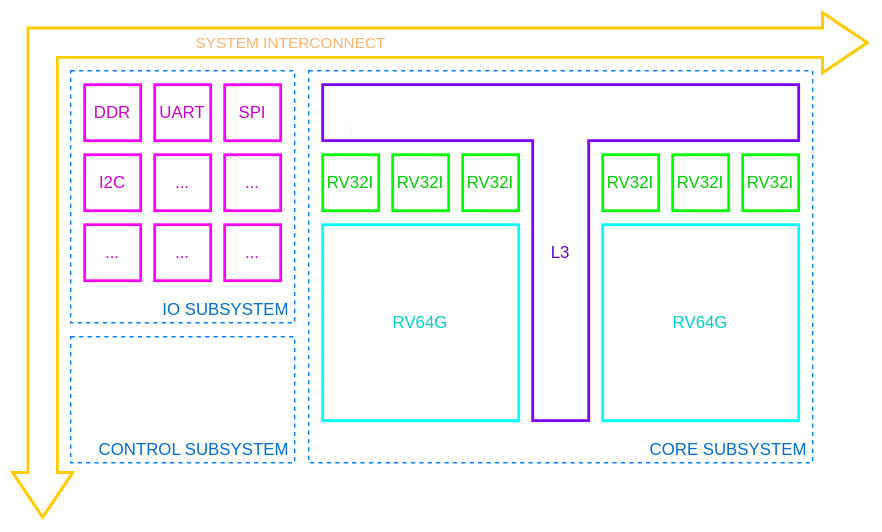
Earlier version of the draw.io export docs/diagrams/arch.svg (squared-studio/mango). Source tidied: cells renumbered, new cells last; positions are measured from the earlier drawing's top-left corner, leaving out a move shared by most shapes.
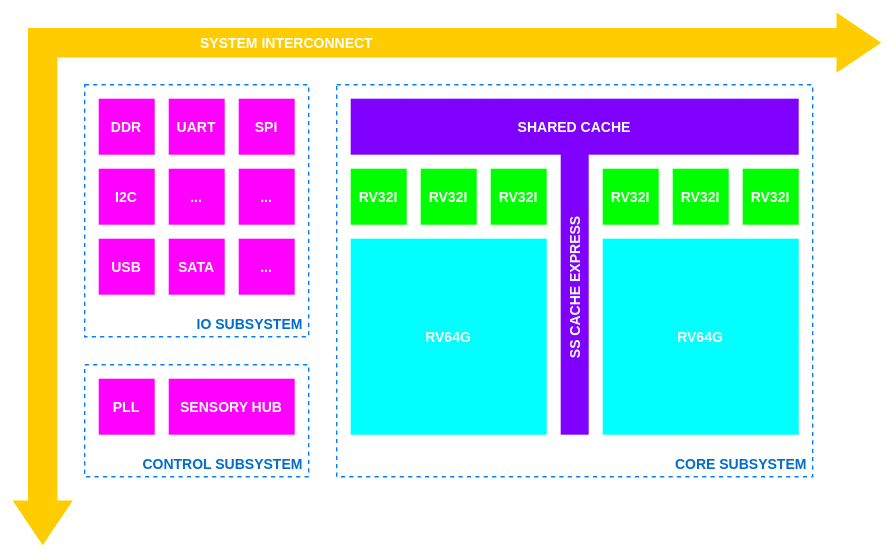
Above is the later version.

Diff of the diagram source:
```diff
@@ -2,111 +2,104 @@
   <root>
     <mxCell id="0" />
     <mxCell id="1" parent="0" />
-    <mxCell id="2" style="rounded=0;whiteSpace=wrap;html=1;strokeColor=none;" parent="1" vertex="1">
-      <mxGeometry width="630" height="380" as="geometry" />
+    <mxCell id="2" style="rounded=0;whiteSpace=wrap;html=1;strokeColor=none;fontSize=10;fontStyle=1;" parent="1" vertex="1">
+      <mxGeometry width="640" height="400" as="geometry" />
     </mxCell>
+    <mxCell id="4" style="rounded=0;whiteSpace=wrap;html=1;strokeColor=#0080FF;dashed=1;fillColor=none;fontSize=10;fontStyle=1;" parent="1" vertex="1">
+      <mxGeometry x="240" y="60" width="340" height="280" as="geometry" />
+    </mxCell>
-    <mxCell id="3" value="L3" style="rounded=0;whiteSpace=wrap;html=1;fillColor=none;strokeColor=none;fontColor=#6600CC;" parent="1" vertex="1">
-      <mxGeometry x="230" y="60" width="340" height="240" as="geometry" />
+    <mxCell id="3" value="SS CACHE EXPRESS" style="rounded=0;whiteSpace=wrap;html=1;fillColor=#7f00ff;strokeColor=none;fontColor=#FFFFFF;horizontal=0;fontSize=10;fontStyle=1;" parent="1" vertex="1">
+      <mxGeometry x="400" y="100" width="20" height="210" as="geometry" />
     </mxCell>
-    <mxCell id="4" style="rounded=0;whiteSpace=wrap;html=1;strokeColor=#0080FF;dashed=1;fillColor=none;" parent="1" vertex="1">
-      <mxGeometry x="220" y="50" width="360" height="280" as="geometry" />
-    </mxCell>
-    <mxCell id="5" value="SYSTEM INTERCONNECT" style="shape=flexArrow;endArrow=classic;startArrow=classic;html=1;rounded=0;width=20;startSize=10;startWidth=20;endSize=10;endWidth=20;fillColor=default;fontColor=#FFB570;strokeColor=#FFCC00;strokeWidth=2;" parent="1" edge="1">
+    <mxCell id="5" value="SYSTEM INTERCONNECT" style="shape=flexArrow;endArrow=classic;startArrow=classic;html=1;rounded=0;width=20;startSize=10;startWidth=20;endSize=10;endWidth=20;fillColor=#FFCC00;fontColor=#FFFFFF;strokeColor=none;strokeWidth=2;fontSize=10;fontStyle=1;labelBackgroundColor=none;" parent="1" edge="1">
       <mxGeometry x="0.11" relative="1" as="geometry">
-        <mxPoint x="30" y="370" as="sourcePoint" />
-        <mxPoint x="620" y="30" as="targetPoint" />
+        <mxPoint x="30" y="390" as="sourcePoint" />
+        <mxPoint x="630" y="30" as="targetPoint" />
         <Array as="points">
           <mxPoint x="30" y="30" />
         </Array>
       </mxGeometry>
     </mxCell>
-    <mxCell id="6" value="RV32I" style="whiteSpace=wrap;html=1;strokeColor=#00FF00;fontColor=#00CC00;strokeWidth=2;" parent="1" vertex="1">
-      <mxGeometry x="530" y="110" width="40" height="40" as="geometry" />
+    <mxCell id="6" value="RV32I" style="whiteSpace=wrap;html=1;strokeColor=none;fontColor=#FFFFFF;strokeWidth=2;fillColor=#00FF00;fontSize=10;fontStyle=1;" parent="1" vertex="1">
+      <mxGeometry x="530" y="120" width="40" height="40" as="geometry" />
     </mxCell>
-    <mxCell id="7" value="RV64G" style="whiteSpace=wrap;html=1;strokeColor=#00FFFF;fontColor=#00CCCC;strokeWidth=2;" parent="1" vertex="1">
-      <mxGeometry x="430" y="160" width="140" height="140" as="geometry" />
+    <mxCell id="7" value="RV64G" style="whiteSpace=wrap;html=1;strokeColor=none;fontColor=#ffffff;strokeWidth=2;fontSize=10;fontStyle=1;fillColor=#00FFFF;" parent="1" vertex="1">
+      <mxGeometry x="430" y="170" width="140" height="140" as="geometry" />
     </mxCell>
-    <mxCell id="8" value="RV64G" style="whiteSpace=wrap;html=1;strokeColor=#00FFFF;fontColor=#00CCCC;strokeWidth=2;" parent="1" vertex="1">
-      <mxGeometry x="230" y="160" width="140" height="140" as="geometry" />
+    <mxCell id="8" value="RV64G" style="whiteSpace=wrap;html=1;strokeColor=none;fontColor=#ffffff;strokeWidth=2;fontSize=10;fontStyle=1;fillColor=#00FFFF;" parent="1" vertex="1">
+      <mxGeometry x="250" y="170" width="140" height="140" as="geometry" />
     </mxCell>
-    <mxCell id="9" value="RV32I" style="whiteSpace=wrap;html=1;strokeColor=#00FF00;fontColor=#00CC00;strokeWidth=2;" parent="1" vertex="1">
-      <mxGeometry x="480" y="110" width="40" height="40" as="geometry" />
+    <mxCell id="9" value="RV32I" style="whiteSpace=wrap;html=1;strokeColor=none;fontColor=#FFFFFF;strokeWidth=2;fillColor=#00FF00;fontSize=10;fontStyle=1;" parent="1" vertex="1">
+      <mxGeometry x="480" y="120" width="40" height="40" as="geometry" />
     </mxCell>
-    <mxCell id="10" value="RV32I" style="whiteSpace=wrap;html=1;strokeColor=#00FF00;fontColor=#00CC00;strokeWidth=2;" parent="1" vertex="1">
-      <mxGeometry x="430" y="110" width="40" height="40" as="geometry" />
+    <mxCell id="10" value="RV32I" style="whiteSpace=wrap;html=1;strokeColor=none;fontColor=#FFFFFF;strokeWidth=2;fillColor=#00FF00;fontSize=10;fontStyle=1;" parent="1" vertex="1">
+      <mxGeometry x="430" y="120" width="40" height="40" as="geometry" />
     </mxCell>
-    <mxCell id="11" value="RV32I" style="whiteSpace=wrap;html=1;strokeColor=#00FF00;fontColor=#00CC00;strokeWidth=2;" parent="1" vertex="1">
-      <mxGeometry x="330" y="110" width="40" height="40" as="geometry" />
+    <mxCell id="11" value="RV32I" style="whiteSpace=wrap;html=1;strokeColor=none;fontColor=#FFFFFF;strokeWidth=2;fillColor=#00FF00;fontSize=10;fontStyle=1;" parent="1" vertex="1">
+      <mxGeometry x="350" y="120" width="40" height="40" as="geometry" />
     </mxCell>
-    <mxCell id="12" value="RV32I" style="whiteSpace=wrap;html=1;strokeColor=#00FF00;fontColor=#00CC00;strokeWidth=2;" parent="1" vertex="1">
-      <mxGeometry x="280" y="110" width="40" height="40" as="geometry" />
+    <mxCell id="12" value="RV32I" style="whiteSpace=wrap;html=1;strokeColor=none;fontColor=#FFFFFF;strokeWidth=2;fillColor=#00FF00;fontSize=10;fontStyle=1;" parent="1" vertex="1">
+      <mxGeometry x="300" y="120" width="40" height="40" as="geometry" />
     </mxCell>
-    <mxCell id="13" value="RV32I" style="whiteSpace=wrap;html=1;strokeColor=#00FF00;fontColor=#00CC00;strokeWidth=2;" parent="1" vertex="1">
-      <mxGeometry x="230" y="110" width="40" height="40" as="geometry" />
+    <mxCell id="13" value="RV32I" style="whiteSpace=wrap;html=1;strokeColor=none;fontColor=#FFFFFF;strokeWidth=2;fillColor=#00FF00;fontSize=10;fontStyle=1;" parent="1" vertex="1">
+      <mxGeometry x="250" y="120" width="40" height="40" as="geometry" />
     </mxCell>
-    <mxCell id="14" style="endArrow=none;html=1;rounded=0;strokeColor=#FF8000;strokeWidth=0;" parent="1" edge="1">
+    <mxCell id="14" style="endArrow=none;html=1;rounded=0;strokeColor=#FF8000;strokeWidth=0;fontSize=10;fontStyle=1;" parent="1" edge="1">
       <mxGeometry relative="1" as="geometry">
-        <mxPoint x="250" y="100" as="sourcePoint" />
-        <mxPoint x="250" y="90" as="targetPoint" />
+        <mxPoint x="270" y="110" as="sourcePoint" />
+        <mxPoint x="270" y="100" as="targetPoint" />
       </mxGeometry>
     </mxCell>
-    <mxCell id="15" value="CORE SUBSYSTEM" style="text;html=1;align=right;verticalAlign=bottom;strokeColor=none;fillColor=none;spacing=0;spacingBottom=2;spacingRight=5;fontColor=#006ccc;" parent="1" vertex="1">
-      <mxGeometry x="450" y="310" width="130" height="20" as="geometry" />
+    <mxCell id="15" value="CORE SUBSYSTEM" style="text;html=1;align=right;verticalAlign=bottom;strokeColor=none;fillColor=none;spacing=0;spacingBottom=2;spacingRight=5;fontColor=#006ccc;fontSize=10;fontStyle=1;" parent="1" vertex="1">
+      <mxGeometry x="460" y="320" width="120" height="20" as="geometry" />
     </mxCell>
-    <mxCell id="16" style="endArrow=none;html=1;rounded=0;entryX=0.5;entryY=1;entryDx=0;entryDy=0;strokeColor=#7F00FF;strokeWidth=2;exitX=0.5;exitY=1;exitDx=0;exitDy=0;" parent="1" edge="1">
-      <mxGeometry relative="1" as="geometry">
-        <mxPoint x="395" y="60" as="sourcePoint" />
-        <mxPoint x="395" y="60" as="targetPoint" />
-        <Array as="points">
-          <mxPoint x="230" y="60" />
-          <mxPoint x="230" y="100" />
-          <mxPoint x="380" y="100" />
-          <mxPoint x="380" y="300" />
-          <mxPoint x="420" y="300" />
-          <mxPoint x="420" y="100" />
-          <mxPoint x="570" y="100" />
-          <mxPoint x="570" y="60" />
-        </Array>
-      </mxGeometry>
-    </mxCell>
-    <mxCell id="17" style="rounded=0;whiteSpace=wrap;html=1;strokeColor=#0080FF;dashed=1;fillColor=none;" parent="1" vertex="1">
-      <mxGeometry x="50" y="50" width="160" height="180" as="geometry" />
+    <mxCell id="17" style="rounded=0;whiteSpace=wrap;html=1;strokeColor=#0080FF;dashed=1;fillColor=none;fontSize=10;fontStyle=1;" parent="1" vertex="1">
+      <mxGeometry x="60" y="60" width="160" height="180" as="geometry" />
     </mxCell>
-    <mxCell id="18" value="IO SUBSYSTEM" style="text;html=1;align=right;verticalAlign=bottom;strokeColor=none;fillColor=none;spacing=0;spacingBottom=2;spacingRight=5;fontColor=#006ccc;" parent="1" vertex="1">
-      <mxGeometry x="100" y="210" width="110" height="20" as="geometry" />
+    <mxCell id="18" value="IO SUBSYSTEM" style="text;html=1;align=right;verticalAlign=bottom;strokeColor=none;fillColor=none;spacing=0;spacingBottom=2;spacingRight=5;fontColor=#006ccc;fontSize=10;fontStyle=1;" parent="1" vertex="1">
+      <mxGeometry x="120" y="220" width="100" height="20" as="geometry" />
     </mxCell>
-    <mxCell id="19" style="rounded=0;whiteSpace=wrap;html=1;strokeColor=#0080FF;dashed=1;fillColor=none;" parent="1" vertex="1">
-      <mxGeometry x="50" y="240" width="160" height="90" as="geometry" />
+    <mxCell id="19" style="rounded=0;whiteSpace=wrap;html=1;strokeColor=#0080FF;dashed=1;fillColor=none;fontSize=10;fontStyle=1;" parent="1" vertex="1">
+      <mxGeometry x="60" y="260" width="160" height="80" as="geometry" />
     </mxCell>
-    <mxCell id="20" value="CONTROL SUBSYSTEM" style="text;html=1;align=right;verticalAlign=bottom;strokeColor=none;fillColor=none;spacing=0;spacingBottom=2;spacingRight=5;fontColor=#006ccc;" parent="1" vertex="1">
-      <mxGeometry x="50" y="310" width="160" height="20" as="geometry" />
+    <mxCell id="20" value="CONTROL SUBSYSTEM" style="text;html=1;align=right;verticalAlign=bottom;strokeColor=none;fillColor=none;spacing=0;spacingBottom=2;spacingRight=5;fontColor=#006ccc;fontSize=10;fontStyle=1;" parent="1" vertex="1">
+      <mxGeometry x="80" y="320" width="140" height="20" as="geometry" />
     </mxCell>
-    <mxCell id="21" value="DDR" style="whiteSpace=wrap;html=1;strokeColor=#FF00FF;fontColor=#CC00CC;strokeWidth=2;" parent="1" vertex="1">
-      <mxGeometry x="60" y="60" width="40" height="40" as="geometry" />
+    <mxCell id="21" value="DDR" style="whiteSpace=wrap;html=1;strokeColor=none;fontColor=#FFFFFF;strokeWidth=2;fontSize=10;fontStyle=1;fillColor=#FF00FF;rounded=0;" parent="1" vertex="1">
+      <mxGeometry x="70" y="70" width="40" height="40" as="geometry" />
     </mxCell>
-    <mxCell id="22" value="UART" style="whiteSpace=wrap;html=1;strokeColor=#FF00FF;fontColor=#CC00CC;strokeWidth=2;" parent="1" vertex="1">
-      <mxGeometry x="110" y="60" width="40" height="40" as="geometry" />
+    <mxCell id="22" value="UART" style="whiteSpace=wrap;html=1;strokeColor=none;fontColor=#FFFFFF;strokeWidth=2;fontSize=10;fontStyle=1;fillColor=#FF00FF;rounded=0;" parent="1" vertex="1">
+      <mxGeometry x="120" y="70" width="40" height="40" as="geometry" />
     </mxCell>
-    <mxCell id="23" value="SPI" style="whiteSpace=wrap;html=1;strokeColor=#FF00FF;fontColor=#CC00CC;strokeWidth=2;" parent="1" vertex="1">
-      <mxGeometry x="160" y="60" width="40" height="40" as="geometry" />
+    <mxCell id="23" value="SPI" style="whiteSpace=wrap;html=1;strokeColor=none;fontColor=#FFFFFF;strokeWidth=2;fontSize=10;fontStyle=1;fillColor=#FF00FF;rounded=0;" parent="1" vertex="1">
+      <mxGeometry x="170" y="70" width="40" height="40" as="geometry" />
     </mxCell>
-    <mxCell id="24" value="I2C" style="whiteSpace=wrap;html=1;strokeColor=#FF00FF;fontColor=#CC00CC;strokeWidth=2;" parent="1" vertex="1">
-      <mxGeometry x="60" y="110" width="40" height="40" as="geometry" />
+    <mxCell id="24" value="I2C" style="whiteSpace=wrap;html=1;strokeColor=none;fontColor=#FFFFFF;strokeWidth=2;fontSize=10;fontStyle=1;fillColor=#FF00FF;rounded=0;" parent="1" vertex="1">
+      <mxGeometry x="70" y="120" width="40" height="40" as="geometry" />
     </mxCell>
-    <mxCell id="25" value="..." style="whiteSpace=wrap;html=1;strokeColor=#FF00FF;fontColor=#CC00CC;strokeWidth=2;" parent="1" vertex="1">
-      <mxGeometry x="110" y="110" width="40" height="40" as="geometry" />
+    <mxCell id="25" value="..." style="whiteSpace=wrap;html=1;strokeColor=none;fontColor=#FFFFFF;strokeWidth=2;fontSize=10;fontStyle=1;fillColor=#FF00FF;rounded=0;" parent="1" vertex="1">
+      <mxGeometry x="120" y="120" width="40" height="40" as="geometry" />
     </mxCell>
-    <mxCell id="26" value="..." style="whiteSpace=wrap;html=1;strokeColor=#FF00FF;fontColor=#CC00CC;strokeWidth=2;" parent="1" vertex="1">
-      <mxGeometry x="160" y="110" width="40" height="40" as="geometry" />
+    <mxCell id="26" value="..." style="whiteSpace=wrap;html=1;strokeColor=none;fontColor=#FFFFFF;strokeWidth=2;fontSize=10;fontStyle=1;fillColor=#FF00FF;rounded=0;" parent="1" vertex="1">
+      <mxGeometry x="170" y="120" width="40" height="40" as="geometry" />
     </mxCell>
-    <mxCell id="27" value="..." style="whiteSpace=wrap;html=1;strokeColor=#FF00FF;fontColor=#CC00CC;strokeWidth=2;" parent="1" vertex="1">
-      <mxGeometry x="110" y="160" width="40" height="40" as="geometry" />
+    <mxCell id="27" value="SATA" style="whiteSpace=wrap;html=1;strokeColor=none;fontColor=#FFFFFF;strokeWidth=2;fontSize=10;fontStyle=1;fillColor=#FF00FF;rounded=0;" parent="1" vertex="1">
+      <mxGeometry x="120" y="170" width="40" height="40" as="geometry" />
     </mxCell>
-    <mxCell id="28" value="..." style="whiteSpace=wrap;html=1;strokeColor=#FF00FF;fontColor=#CC00CC;strokeWidth=2;" parent="1" vertex="1">
-      <mxGeometry x="160" y="160" width="40" height="40" as="geometry" />
+    <mxCell id="28" value="..." style="whiteSpace=wrap;html=1;strokeColor=none;fontColor=#FFFFFF;strokeWidth=2;fontSize=10;fontStyle=1;fillColor=#FF00FF;rounded=0;" parent="1" vertex="1">
+      <mxGeometry x="170" y="170" width="40" height="40" as="geometry" />
     </mxCell>
-    <mxCell id="29" value="..." style="whiteSpace=wrap;html=1;strokeColor=#FF00FF;fontColor=#CC00CC;strokeWidth=2;" parent="1" vertex="1">
-      <mxGeometry x="60" y="160" width="40" height="40" as="geometry" />
+    <mxCell id="29" value="USB" style="whiteSpace=wrap;html=1;strokeColor=none;fontColor=#FFFFFF;strokeWidth=2;fontSize=10;fontStyle=1;fillColor=#FF00FF;rounded=0;" parent="1" vertex="1">
+      <mxGeometry x="70" y="170" width="40" height="40" as="geometry" />
     </mxCell>
+    <mxCell id="30" value="PLL" style="whiteSpace=wrap;html=1;strokeColor=none;fontColor=#FFFFFF;strokeWidth=2;fontSize=10;fontStyle=1;fillColor=#FF00FF;rounded=0;" parent="1" vertex="1">
+      <mxGeometry x="70" y="270" width="40" height="40" as="geometry" />
+    </mxCell>
+    <mxCell id="31" value="SENSORY HUB" style="rounded=0;whiteSpace=wrap;html=1;strokeColor=none;fontColor=#FFFFFF;strokeWidth=2;fontSize=10;fontStyle=1;fillColor=#FF00FF;" parent="1" vertex="1">
+      <mxGeometry x="120" y="270" width="90" height="40" as="geometry" />
+    </mxCell>
+    <mxCell id="32" value="SHARED CACHE" style="rounded=0;whiteSpace=wrap;html=1;labelBackgroundColor=none;endArrow=none;fontSize=10;strokeColor=none;strokeWidth=2;fontColor=#ffffff;fillColor=#7f00ff;fontStyle=1;" parent="1" vertex="1">
+      <mxGeometry x="250" y="70" width="320" height="40" as="geometry" />
+    </mxCell>
   </root>
 </mxGraphModel>
```
